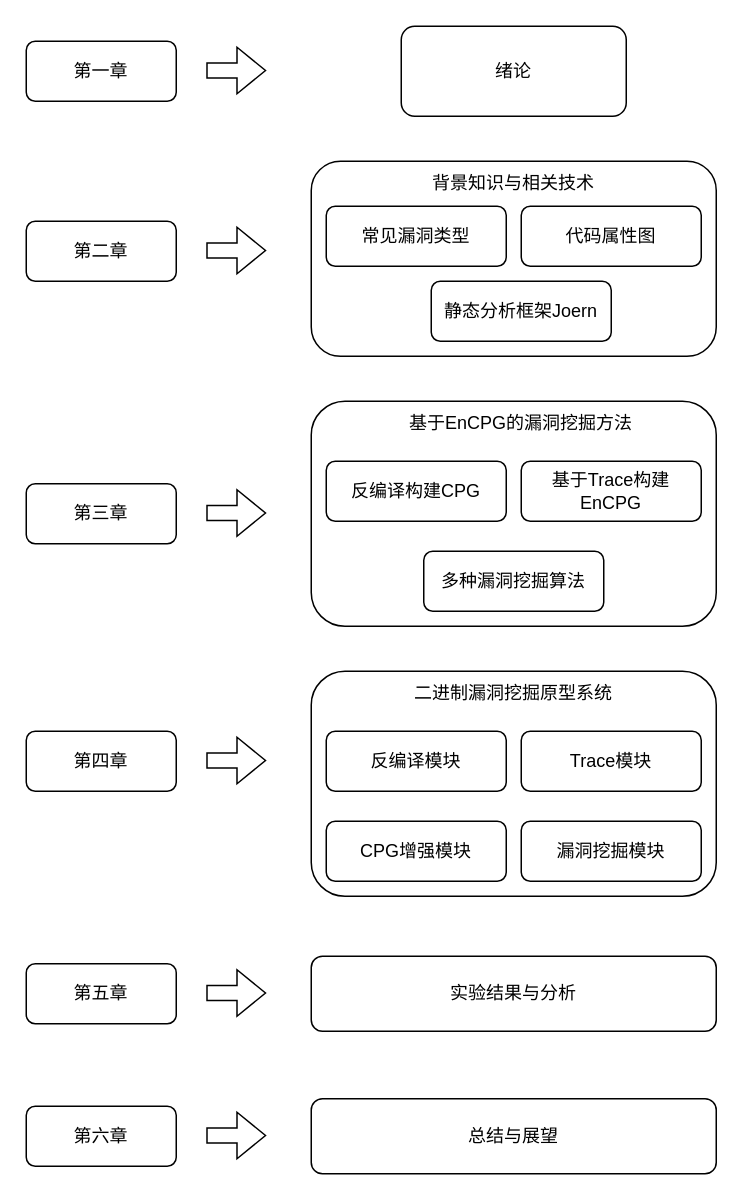
hourhl/Draw-io keeps this draw.io diagram as MindMap/chapter.drawio. Above is the earlier version. Source tidied: cells renumbered, new cells numbered last; positions are measured from the earlier drawing's top-left corner, leaving out a move shared by most shapes. Both pictures are drawn from the tidied source at 150%, with x=0, y=0 at pixel (26, 26).
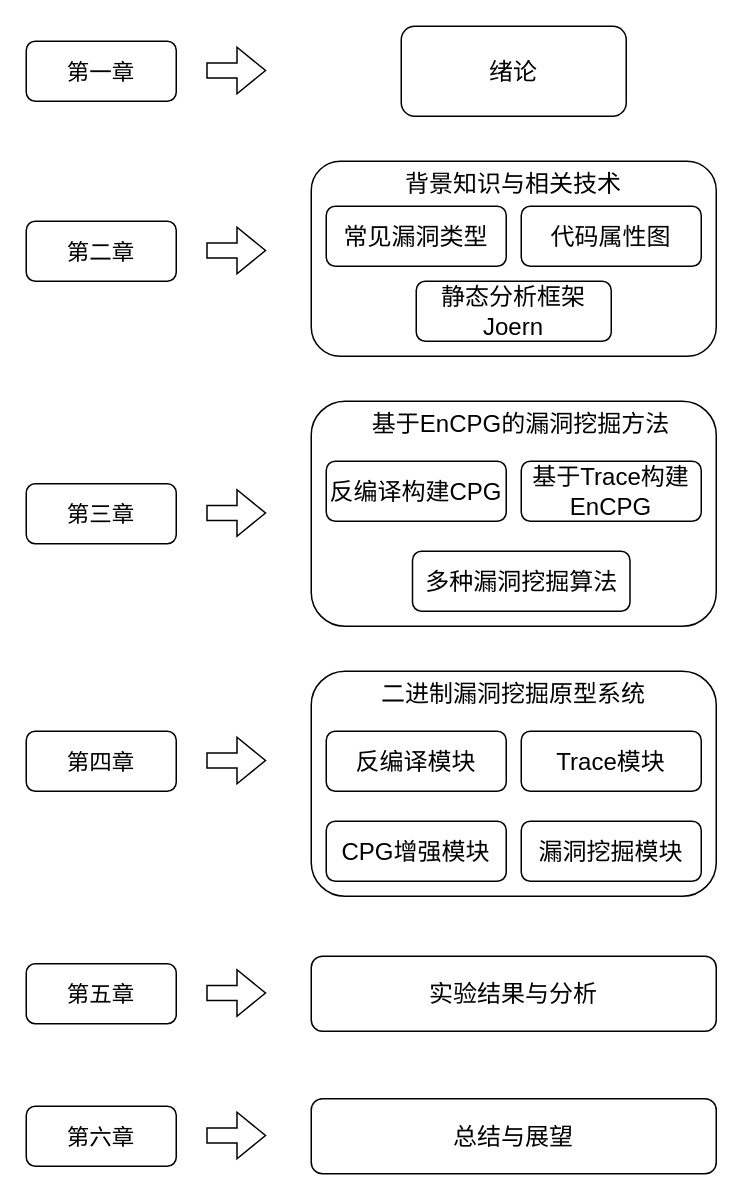
The same diagram, later.

The edit, as a diff of the source:
```diff
@@
-    <mxCell id="2" value="第一章" style="rounded=1;whiteSpace=wrap;html=1;" parent="1" vertex="1">
+    <mxCell id="2" value="&lt;font style=&quot;font-size: 15px;&quot;&gt;第一章&lt;/font&gt;" style="rounded=1;whiteSpace=wrap;html=1;" parent="1" vertex="1">
       <mxGeometry y="10" width="100" height="40" as="geometry" />
     </mxCell>
-    <mxCell id="3" value="绪论" style="rounded=1;whiteSpace=wrap;html=1;" parent="1" vertex="1">
+    <mxCell id="3" value="&lt;font style=&quot;font-size: 16px;&quot;&gt;绪论&lt;/font&gt;" style="rounded=1;whiteSpace=wrap;html=1;" parent="1" vertex="1">
       <mxGeometry x="250" width="150" height="60" as="geometry" />
     </mxCell>
-    <mxCell id="4" value="第二章" style="rounded=1;whiteSpace=wrap;html=1;" parent="1" vertex="1">
+    <mxCell id="4" value="&lt;font style=&quot;font-size: 15px;&quot;&gt;第二章&lt;/font&gt;" style="rounded=1;whiteSpace=wrap;html=1;" parent="1" vertex="1">
       <mxGeometry y="130" width="100" height="40" as="geometry" />
     </mxCell>
@@
-    <mxCell id="6" value="常见漏洞类型" style="rounded=1;whiteSpace=wrap;html=1;" parent="1" vertex="1">
+    <mxCell id="6" value="&lt;font style=&quot;font-size: 16px;&quot;&gt;常见漏洞类型&lt;/font&gt;" style="rounded=1;whiteSpace=wrap;html=1;" parent="1" vertex="1">
       <mxGeometry x="200" y="120" width="120" height="40" as="geometry" />
     </mxCell>
-    <mxCell id="7" value="代码属性图" style="rounded=1;whiteSpace=wrap;html=1;" parent="1" vertex="1">
+    <mxCell id="7" value="&lt;font style=&quot;font-size: 16px;&quot;&gt;代码属性图&lt;/font&gt;" style="rounded=1;whiteSpace=wrap;html=1;" parent="1" vertex="1">
       <mxGeometry x="330" y="120" width="120" height="40" as="geometry" />
     </mxCell>
-    <mxCell id="8" value="静态分析框架Joern" style="rounded=1;whiteSpace=wrap;html=1;" parent="1" vertex="1">
-      <mxGeometry x="270" y="170" width="120" height="40" as="geometry" />
+    <mxCell id="8" value="&lt;font style=&quot;font-size: 16px;&quot;&gt;静态分析框架Joern&lt;/font&gt;" style="rounded=1;whiteSpace=wrap;html=1;" parent="1" vertex="1">
+      <mxGeometry x="260" y="170" width="130" height="40" as="geometry" />
     </mxCell>
-    <mxCell id="9" value="第三章" style="rounded=1;whiteSpace=wrap;html=1;" parent="1" vertex="1">
+    <mxCell id="9" value="&lt;font style=&quot;font-size: 15px;&quot;&gt;第三章&lt;/font&gt;" style="rounded=1;whiteSpace=wrap;html=1;" parent="1" vertex="1">
       <mxGeometry y="305" width="100" height="40" as="geometry" />
     </mxCell>
@@
-    <mxCell id="11" value="反编译构建CPG" style="rounded=1;whiteSpace=wrap;html=1;" parent="1" vertex="1">
+    <mxCell id="11" value="&lt;font style=&quot;font-size: 16px;&quot;&gt;反编译构建CPG&lt;/font&gt;" style="rounded=1;whiteSpace=wrap;html=1;" parent="1" vertex="1">
       <mxGeometry x="200" y="290" width="120" height="40" as="geometry" />
     </mxCell>
-    <mxCell id="12" value="基于Trace构建EnCPG" style="rounded=1;whiteSpace=wrap;html=1;" parent="1" vertex="1">
+    <mxCell id="12" value="&lt;font style=&quot;font-size: 16px;&quot;&gt;基于Trace构建EnCPG&lt;/font&gt;" style="rounded=1;whiteSpace=wrap;html=1;" parent="1" vertex="1">
       <mxGeometry x="330" y="290" width="120" height="40" as="geometry" />
     </mxCell>
-    <mxCell id="13" value="多种漏洞挖掘算法" style="rounded=1;whiteSpace=wrap;html=1;" parent="1" vertex="1">
-      <mxGeometry x="265" y="350" width="120" height="40" as="geometry" />
+    <mxCell id="13" value="&lt;font style=&quot;font-size: 16px;&quot;&gt;多种漏洞挖掘算法&lt;/font&gt;" style="rounded=1;whiteSpace=wrap;html=1;" parent="1" vertex="1">
+      <mxGeometry x="257.5" y="350" width="145" height="40" as="geometry" />
     </mxCell>
-    <mxCell id="14" value="第四章" style="rounded=1;whiteSpace=wrap;html=1;" parent="1" vertex="1">
+    <mxCell id="14" value="&lt;font style=&quot;font-size: 15px;&quot;&gt;第四章&lt;/font&gt;" style="rounded=1;whiteSpace=wrap;html=1;" parent="1" vertex="1">
       <mxGeometry y="470" width="100" height="40" as="geometry" />
     </mxCell>
@@
-    <mxCell id="16" value="背景知识与相关技术" style="text;html=1;whiteSpace=wrap;strokeColor=none;fillColor=none;align=center;verticalAlign=middle;rounded=0;" parent="1" vertex="1">
+    <mxCell id="16" value="&lt;font style=&quot;font-size: 16px;&quot;&gt;背景知识与相关技术&lt;/font&gt;" style="text;html=1;whiteSpace=wrap;strokeColor=none;fillColor=none;align=center;verticalAlign=middle;rounded=0;" parent="1" vertex="1">
       <mxGeometry x="240" y="90" width="170" height="30" as="geometry" />
     </mxCell>
-    <mxCell id="17" value="基于EnCPG&lt;span style=&quot;background-color: transparent; color: light-dark(rgb(0, 0, 0), rgb(255, 255, 255));&quot;&gt;的&lt;/span&gt;&lt;span style=&quot;background-color: transparent; color: light-dark(rgb(0, 0, 0), rgb(255, 255, 255));&quot;&gt;漏洞挖掘方法&lt;/span&gt;" style="text;html=1;whiteSpace=wrap;strokeColor=none;fillColor=none;align=center;verticalAlign=middle;rounded=0;" parent="1" vertex="1">
-      <mxGeometry x="250" y="250" width="160" height="30" as="geometry" />
+    <mxCell id="17" value="&lt;font style=&quot;font-size: 16px;&quot;&gt;基于EnCPG&lt;span style=&quot;background-color: transparent; color: light-dark(rgb(0, 0, 0), rgb(255, 255, 255));&quot;&gt;的&lt;/span&gt;&lt;span style=&quot;background-color: transparent; color: light-dark(rgb(0, 0, 0), rgb(255, 255, 255));&quot;&gt;漏洞挖掘方法&lt;/span&gt;&lt;/font&gt;" style="text;html=1;whiteSpace=wrap;strokeColor=none;fillColor=none;align=center;verticalAlign=middle;rounded=0;" parent="1" vertex="1">
+      <mxGeometry x="220" y="250" width="220" height="30" as="geometry" />
     </mxCell>
-    <mxCell id="18" value="二进制漏洞挖掘原型系统" style="text;html=1;whiteSpace=wrap;strokeColor=none;fillColor=none;align=center;verticalAlign=middle;rounded=0;" parent="1" vertex="1">
+    <mxCell id="18" value="&lt;font style=&quot;font-size: 16px;&quot;&gt;二进制漏洞挖掘原型系统&lt;/font&gt;" style="text;html=1;whiteSpace=wrap;strokeColor=none;fillColor=none;align=center;verticalAlign=middle;rounded=0;" parent="1" vertex="1">
       <mxGeometry x="210" y="430" width="230" height="30" as="geometry" />
     </mxCell>
-    <mxCell id="19" value="反编译模块" style="rounded=1;whiteSpace=wrap;html=1;" parent="1" vertex="1">
+    <mxCell id="19" value="&lt;font style=&quot;font-size: 16px;&quot;&gt;反编译模块&lt;/font&gt;" style="rounded=1;whiteSpace=wrap;html=1;" parent="1" vertex="1">
       <mxGeometry x="200" y="470" width="120" height="40" as="geometry" />
     </mxCell>
-    <mxCell id="20" value="Trace模块" style="rounded=1;whiteSpace=wrap;html=1;" parent="1" vertex="1">
+    <mxCell id="20" value="&lt;font style=&quot;font-size: 16px;&quot;&gt;Trace模块&lt;/font&gt;" style="rounded=1;whiteSpace=wrap;html=1;" parent="1" vertex="1">
       <mxGeometry x="330" y="470" width="120" height="40" as="geometry" />
     </mxCell>
-    <mxCell id="21" value="CPG增强模块" style="rounded=1;whiteSpace=wrap;html=1;" parent="1" vertex="1">
+    <mxCell id="21" value="&lt;font style=&quot;font-size: 16px;&quot;&gt;CPG增强模块&lt;/font&gt;" style="rounded=1;whiteSpace=wrap;html=1;" parent="1" vertex="1">
       <mxGeometry x="200" y="530" width="120" height="40" as="geometry" />
     </mxCell>
-    <mxCell id="22" value="漏洞挖掘模块" style="rounded=1;whiteSpace=wrap;html=1;" parent="1" vertex="1">
+    <mxCell id="22" value="&lt;font style=&quot;font-size: 16px;&quot;&gt;漏洞挖掘模块&lt;/font&gt;" style="rounded=1;whiteSpace=wrap;html=1;" parent="1" vertex="1">
       <mxGeometry x="330" y="530" width="120" height="40" as="geometry" />
     </mxCell>
-    <mxCell id="23" value="第五章" style="rounded=1;whiteSpace=wrap;html=1;" parent="1" vertex="1">
+    <mxCell id="23" value="&lt;font style=&quot;font-size: 15px;&quot;&gt;第五章&lt;/font&gt;" style="rounded=1;whiteSpace=wrap;html=1;" parent="1" vertex="1">
       <mxGeometry y="625" width="100" height="40" as="geometry" />
     </mxCell>
-    <mxCell id="24" value="实验结果与分析" style="rounded=1;whiteSpace=wrap;html=1;" parent="1" vertex="1">
+    <mxCell id="24" value="&lt;font style=&quot;font-size: 16px;&quot;&gt;实验结果与分析&lt;/font&gt;" style="rounded=1;whiteSpace=wrap;html=1;" parent="1" vertex="1">
       <mxGeometry x="190" y="620" width="270" height="50" as="geometry" />
     </mxCell>
-    <mxCell id="25" value="第六章" style="rounded=1;whiteSpace=wrap;html=1;" parent="1" vertex="1">
+    <mxCell id="25" value="&lt;font style=&quot;font-size: 15px;&quot;&gt;第六章&lt;/font&gt;" style="rounded=1;whiteSpace=wrap;html=1;" parent="1" vertex="1">
       <mxGeometry y="720" width="100" height="40" as="geometry" />
     </mxCell>
-    <mxCell id="26" value="总结与展望" style="rounded=1;whiteSpace=wrap;html=1;" parent="1" vertex="1">
+    <mxCell id="26" value="&lt;font style=&quot;font-size: 16px;&quot;&gt;总结与展望&lt;/font&gt;" style="rounded=1;whiteSpace=wrap;html=1;" parent="1" vertex="1">
       <mxGeometry x="190" y="715" width="270" height="50" as="geometry" />
     </mxCell>
```
